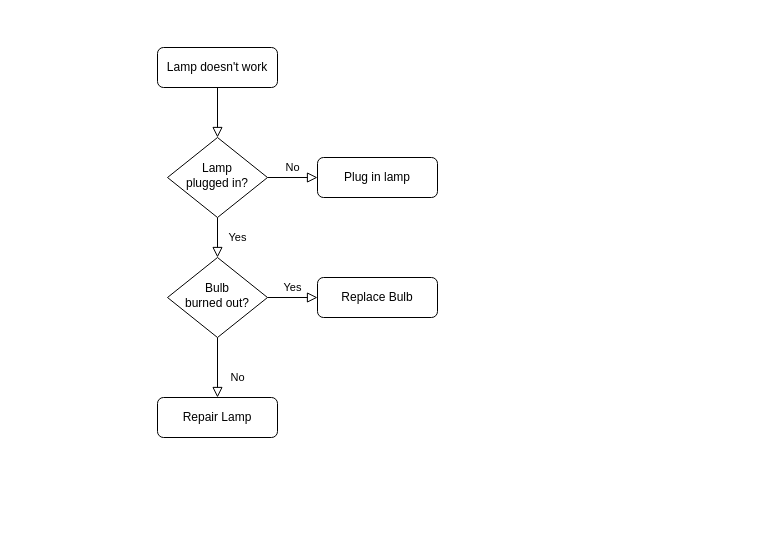
Above: Fluxograma.drawio in Costa13J/LLM-accessibility-evaluator (draw.io), before the change. Source tidied: cells renumbered, new cells numbered last; positions are measured from the earlier drawing's top-left corner, leaving out a move shared by most shapes. Both pictures are drawn from the tidied source at 100%, with x=0, y=0 at pixel (157, 47).
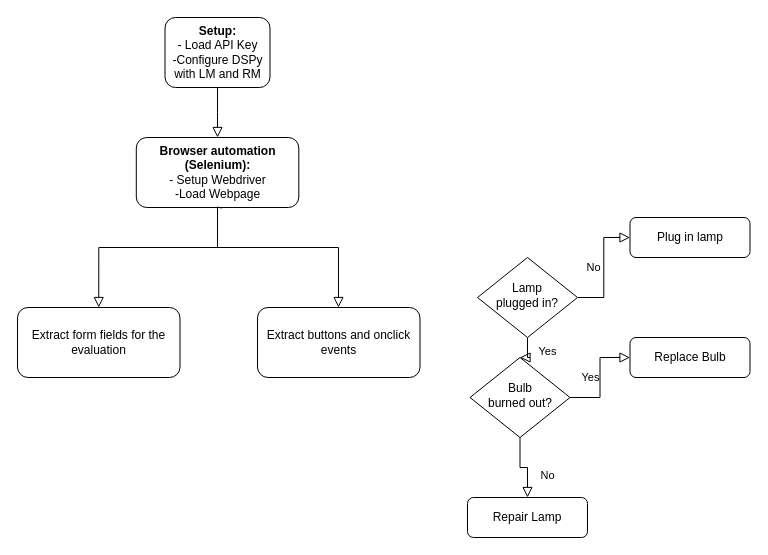
The same diagram, later.

Change to the diagram source:
```diff
@@
-    <mxCell id="2" style="rounded=0;html=1;jettySize=auto;fontSize=11;endArrow=block;endFill=0;endSize=8;strokeWidth=1;shadow=0;labelBackgroundColor=none;edgeStyle=orthogonalEdgeStyle;" parent="1" edge="1" source="3" target="6">
+    <mxCell id="2" style="rounded=0;html=1;jettySize=auto;fontSize=11;endArrow=block;endFill=0;endSize=8;strokeWidth=1;shadow=0;labelBackgroundColor=none;edgeStyle=orthogonalEdgeStyle;exitX=0.5;exitY=1;exitDx=0;exitDy=0;entryX=0.5;entryY=0;entryDx=0;entryDy=0;snapToPoint=0;" parent="1" edge="1" source="3" target="13">
       <mxGeometry relative="1" as="geometry" />
     </mxCell>
-    <mxCell id="3" value="Lamp doesn't work" style="rounded=1;whiteSpace=wrap;html=1;fontSize=12;glass=0;strokeWidth=1;shadow=0;" parent="1" vertex="1">
-      <mxGeometry width="120" height="40" as="geometry" />
+    <mxCell id="3" value="&lt;b&gt;Setup:&lt;/b&gt;&lt;br&gt;- Load API Key&lt;br&gt;-Configure DSPy with LM and RM" style="rounded=1;whiteSpace=wrap;html=1;fontSize=12;glass=0;strokeWidth=1;shadow=0;align=center;" parent="1" vertex="1">
+      <mxGeometry x="7.5" y="-30" width="105" height="70" as="geometry" />
     </mxCell>
@@
     <mxCell id="6" value="Lamp&lt;br&gt;plugged in?" style="rhombus;whiteSpace=wrap;html=1;shadow=0;fontFamily=Helvetica;fontSize=12;align=center;strokeWidth=1;spacing=6;spacingTop=-4;" parent="1" vertex="1">
-      <mxGeometry x="10" y="90" width="100" height="80" as="geometry" />
+      <mxGeometry x="320" y="210" width="100" height="80" as="geometry" />
     </mxCell>
     <mxCell id="7" value="Plug in lamp" style="rounded=1;whiteSpace=wrap;html=1;fontSize=12;glass=0;strokeWidth=1;shadow=0;" parent="1" vertex="1">
-      <mxGeometry x="160" y="110" width="120" height="40" as="geometry" />
+      <mxGeometry x="472.5" y="170" width="120" height="40" as="geometry" />
     </mxCell>
@@
     <mxCell id="10" value="Bulb&lt;br&gt;burned out?" style="rhombus;whiteSpace=wrap;html=1;shadow=0;fontFamily=Helvetica;fontSize=12;align=center;strokeWidth=1;spacing=6;spacingTop=-4;" parent="1" vertex="1">
-      <mxGeometry x="10" y="210" width="100" height="80" as="geometry" />
+      <mxGeometry x="312.5" y="310" width="100" height="80" as="geometry" />
     </mxCell>
     <mxCell id="11" value="Repair Lamp" style="rounded=1;whiteSpace=wrap;html=1;fontSize=12;glass=0;strokeWidth=1;shadow=0;" parent="1" vertex="1">
-      <mxGeometry y="350" width="120" height="40" as="geometry" />
+      <mxGeometry x="310" y="450" width="120" height="40" as="geometry" />
     </mxCell>
     <mxCell id="12" value="Replace Bulb" style="rounded=1;whiteSpace=wrap;html=1;fontSize=12;glass=0;strokeWidth=1;shadow=0;" parent="1" vertex="1">
-      <mxGeometry x="160" y="230" width="120" height="40" as="geometry" />
+      <mxGeometry x="472.5" y="290" width="120" height="40" as="geometry" />
     </mxCell>
+    <mxCell id="13" value="&lt;b&gt;Browser automation (Selenium):&lt;/b&gt;&lt;br&gt;- Setup Webdriver&lt;br&gt;-Load Webpage" style="rounded=1;whiteSpace=wrap;html=1;fontSize=12;glass=0;strokeWidth=1;shadow=0;align=center;" parent="1" vertex="1">
+      <mxGeometry x="-21.2" y="90" width="162.5" height="70" as="geometry" />
+    </mxCell>
+    <mxCell id="14" style="rounded=0;html=1;jettySize=auto;fontSize=11;endArrow=block;endFill=0;endSize=8;strokeWidth=1;shadow=0;labelBackgroundColor=none;edgeStyle=orthogonalEdgeStyle;exitX=0.507;exitY=0.994;exitDx=0;exitDy=0;entryX=0.5;entryY=0;entryDx=0;entryDy=0;snapToPoint=0;exitPerimeter=0;" parent="1" edge="1" source="13" target="15">
+      <mxGeometry relative="1" as="geometry">
+        <Array as="points">
+          <mxPoint x="60" y="160" />
+          <mxPoint x="60" y="200" />
+          <mxPoint x="-59" y="200" />
+        </Array>
+      </mxGeometry>
+    </mxCell>
+    <mxCell id="15" value="Extract form fields for the evaluation" style="rounded=1;whiteSpace=wrap;html=1;fontSize=12;glass=0;strokeWidth=1;shadow=0;align=center;" parent="1" vertex="1">
+      <mxGeometry x="-140" y="260" width="162.5" height="70" as="geometry" />
+    </mxCell>
+    <mxCell id="16" style="rounded=0;html=1;jettySize=auto;fontSize=11;endArrow=block;endFill=0;endSize=8;strokeWidth=1;shadow=0;labelBackgroundColor=none;edgeStyle=orthogonalEdgeStyle;exitX=0.522;exitY=1.017;exitDx=0;exitDy=0;snapToPoint=0;exitPerimeter=0;" parent="1" edge="1" source="13" target="17">
+      <mxGeometry relative="1" as="geometry">
+        <Array as="points">
+          <mxPoint x="64" y="160" />
+          <mxPoint x="60" y="160" />
+          <mxPoint x="60" y="200" />
+          <mxPoint x="181" y="200" />
+        </Array>
+      </mxGeometry>
+    </mxCell>
+    <mxCell id="17" value="Extract buttons and onclick events" style="rounded=1;whiteSpace=wrap;html=1;fontSize=12;glass=0;strokeWidth=1;shadow=0;align=center;" parent="1" vertex="1">
+      <mxGeometry x="100" y="260" width="162.5" height="70" as="geometry" />
+    </mxCell>
```
